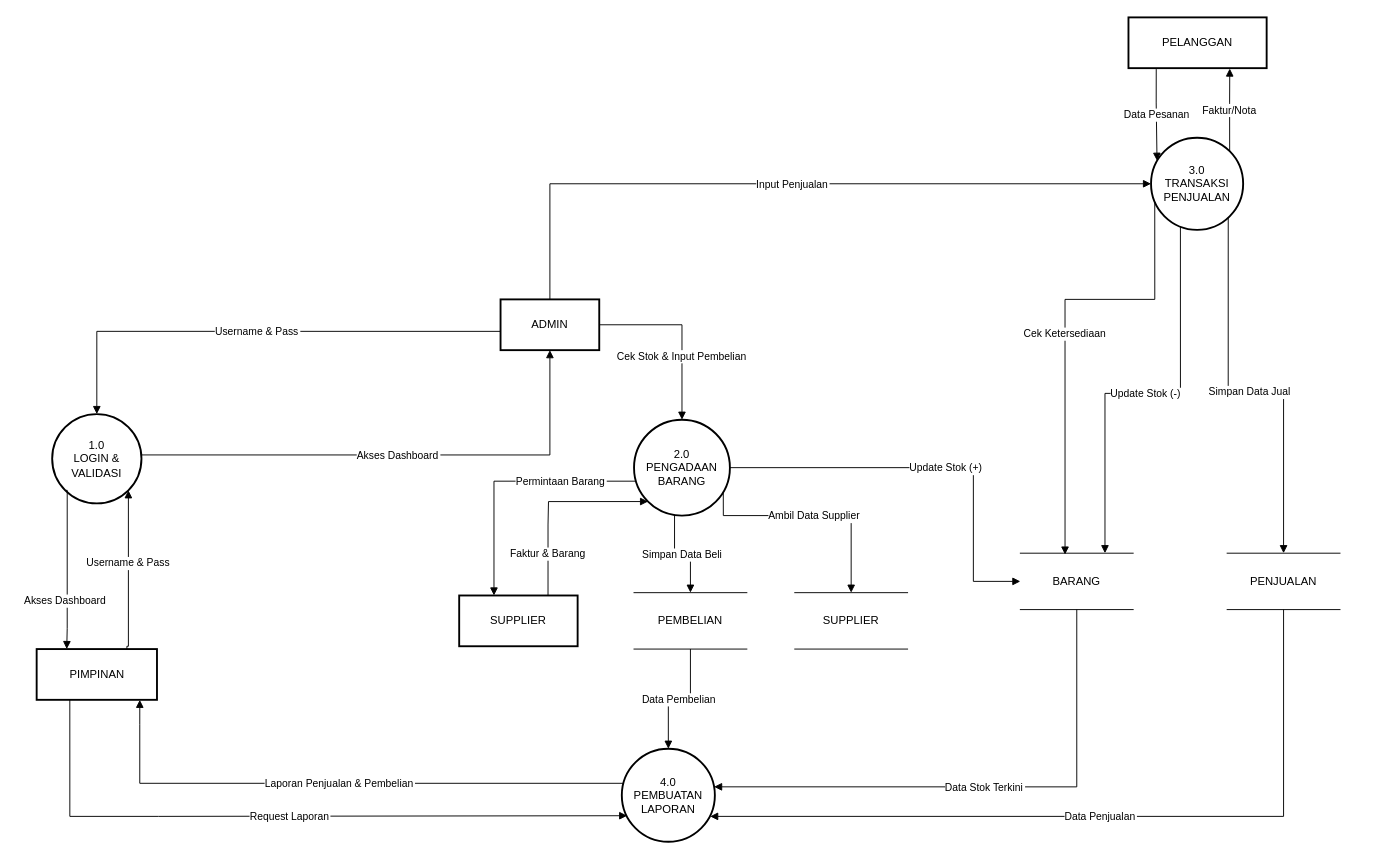
The draw.io diagram page "Page-1" (1 of 3) of DFD_DISTRIBUTOR.drawio in elikawicaksana/BuildIT_BasisData, before the edit. Source tidied: cells renumbered, new cells numbered last; positions are measured from the earlier drawing's top-left corner, leaving out a move shared by most shapes. Both pictures are drawn from the tidied source at 94%, with x=0, y=0 at pixel (37, 17).
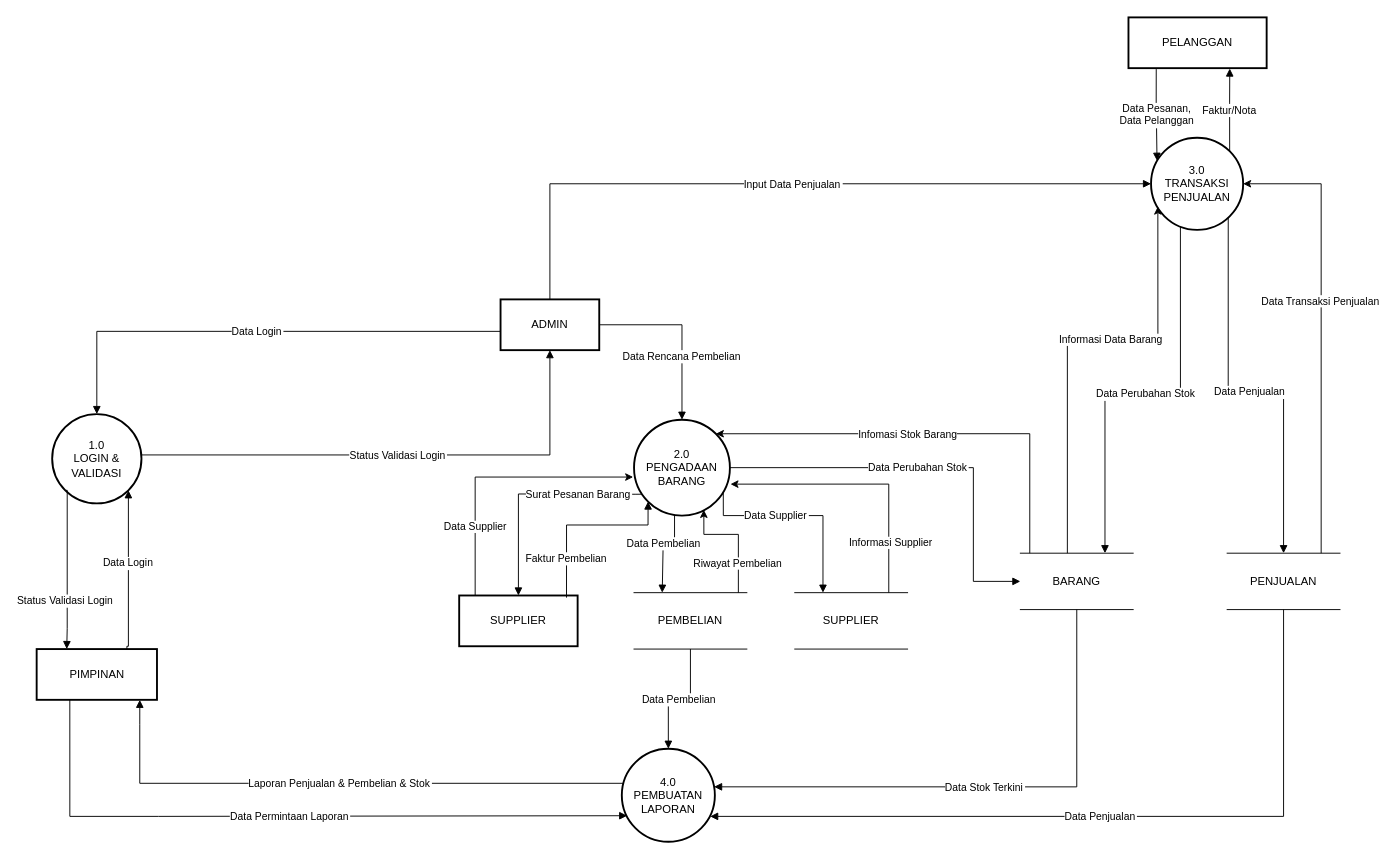
The same diagram, later.

Unchanged cells that the change refers to:
```xml
<mxCell id="2" value="ADMIN" style="whiteSpace=wrap;strokeWidth=2;" parent="1" vertex="1">
  <mxGeometry x="493" y="300" width="105" height="54" as="geometry" />
</mxCell>
<mxCell id="3" value="SUPPLIER" style="whiteSpace=wrap;strokeWidth=2;" parent="1" vertex="1">
  <mxGeometry x="449" y="615" width="126" height="54" as="geometry" />
</mxCell>
<mxCell id="4" value="PIMPINAN" style="whiteSpace=wrap;strokeWidth=2;" parent="1" vertex="1">
  <mxGeometry x="-0.5" y="672" width="128" height="54" as="geometry" />
</mxCell>
<mxCell id="5" value="PELANGGAN" style="whiteSpace=wrap;strokeWidth=2;" parent="1" vertex="1">
  <mxGeometry x="1161" width="147" height="54" as="geometry" />
</mxCell>
<mxCell id="6" value="1.0&#10;LOGIN &amp;&#10;VALIDASI" style="ellipse;strokeWidth=2;whiteSpace=wrap;" parent="1" vertex="1">
  <mxGeometry x="16" y="422" width="95" height="95" as="geometry" />
</mxCell>
<mxCell id="7" value="2.0&#10;PENGADAAN&#10;BARANG" style="ellipse;strokeWidth=2;whiteSpace=wrap;" parent="1" vertex="1">
  <mxGeometry x="635" y="428" width="102" height="102" as="geometry" />
</mxCell>
<mxCell id="8" value="3.0&#10;TRANSAKSI&#10;PENJUALAN" style="ellipse;strokeWidth=2;whiteSpace=wrap;" parent="1" vertex="1">
  <mxGeometry x="1185" y="128" width="98" height="98" as="geometry" />
</mxCell>
<mxCell id="9" value="4.0&#10;PEMBUATAN&#10;LAPORAN" style="ellipse;strokeWidth=2;whiteSpace=wrap;" parent="1" vertex="1">
  <mxGeometry x="622" y="778" width="99" height="99" as="geometry" />
</mxCell>
<mxCell id="31" value="PEMBELIAN" style="shape=partialRectangle;whiteSpace=wrap;html=1;left=0;right=0;fillColor=none;" parent="1" vertex="1">
  <mxGeometry x="635" y="612" width="120" height="60" as="geometry" />
</mxCell>
<mxCell id="32" value="SUPPLIER" style="shape=partialRectangle;whiteSpace=wrap;html=1;left=0;right=0;fillColor=none;" parent="1" vertex="1">
  <mxGeometry x="806" y="612" width="120" height="60" as="geometry" />
</mxCell>
<mxCell id="33" value="BARANG" style="shape=partialRectangle;whiteSpace=wrap;html=1;left=0;right=0;fillColor=none;" parent="1" vertex="1">
  <mxGeometry x="1046" y="570" width="120" height="60" as="geometry" />
</mxCell>
<mxCell id="34" value="PENJUALAN" style="shape=partialRectangle;whiteSpace=wrap;html=1;left=0;right=0;fillColor=none;" parent="1" vertex="1">
  <mxGeometry x="1266" y="570" width="120" height="60" as="geometry" />
</mxCell>
```

Change to the diagram source:
```diff
@@
+    <mxCell id="35" style="edgeStyle=orthogonalEdgeStyle;rounded=0;jettySize=auto;html=1;entryX=-0.009;entryY=0.598;entryDx=0;entryDy=0;entryPerimeter=0;" parent="1" edge="1" source="3" target="7">
+      <mxGeometry relative="1" as="geometry">
+        <Array as="points">
+          <mxPoint x="466" y="489" />
+        </Array>
+      </mxGeometry>
+    </mxCell>
+    <mxCell id="36" value="Data Supplier" style="edgeLabel;html=1;align=center;verticalAlign=middle;" parent="35" vertex="1">
+      <mxGeometry x="-0.5" y="1" relative="1" as="geometry" />
+    </mxCell>
@@
-    <mxCell id="10" value="Username &amp; Pass" style="startArrow=none;endArrow=block;exitX=0;exitY=0.63;entryX=0.5;entryY=0;rounded=0;edgeStyle=orthogonalEdgeStyle;" parent="1" edge="1" source="2" target="6">
+    <mxCell id="10" value="Data Login" style="startArrow=none;endArrow=block;exitX=0;exitY=0.63;entryX=0.5;entryY=0;rounded=0;edgeStyle=orthogonalEdgeStyle;" parent="1" edge="1" source="2" target="6">
       <mxGeometry relative="1" as="geometry" />
     </mxCell>
-    <mxCell id="11" value="Username &amp; Pass" style="startArrow=none;endArrow=block;exitX=0.75;exitY=0;entryX=1;entryY=1;rounded=0;edgeStyle=orthogonalEdgeStyle;exitDx=0;exitDy=0;entryDx=0;entryDy=0;" parent="1" edge="1" source="4" target="6">
+    <mxCell id="11" value="Data Login" style="startArrow=none;endArrow=block;exitX=0.75;exitY=0;entryX=1;entryY=1;rounded=0;edgeStyle=orthogonalEdgeStyle;exitDx=0;exitDy=0;entryDx=0;entryDy=0;" parent="1" edge="1" source="4" target="6">
       <mxGeometry x="0.1" relative="1" as="geometry">
         <Array as="points">
           <mxPoint x="96" y="669" />
           <mxPoint x="97" y="669" />
         </Array>
       </mxGeometry>
     </mxCell>
-    <mxCell id="12" value="Akses Dashboard" style="startArrow=none;endArrow=block;exitX=1;exitY=0.45;entryX=0.5;entryY=1;rounded=0;edgeStyle=orthogonalEdgeStyle;entryDx=0;entryDy=0;" parent="1" edge="1" source="6" target="2">
+    <mxCell id="12" value="Status Validasi Login" style="startArrow=none;endArrow=block;exitX=1;exitY=0.45;entryX=0.5;entryY=1;rounded=0;edgeStyle=orthogonalEdgeStyle;entryDx=0;entryDy=0;" parent="1" edge="1" source="6" target="2">
       <mxGeometry relative="1" as="geometry" />
     </mxCell>
-    <mxCell id="13" value="Akses Dashboard" style="startArrow=none;endArrow=block;exitX=0;exitY=1;rounded=0;edgeStyle=orthogonalEdgeStyle;exitDx=0;exitDy=0;entryX=0.25;entryY=0;entryDx=0;entryDy=0;" parent="1" edge="1" source="6" target="4">
+    <mxCell id="13" value="Status Validasi Login" style="startArrow=none;endArrow=block;exitX=0;exitY=1;rounded=0;edgeStyle=orthogonalEdgeStyle;exitDx=0;exitDy=0;entryX=0.25;entryY=0;entryDx=0;entryDy=0;" parent="1" edge="1" source="6" target="4">
       <mxGeometry x="0.39" y="-2" relative="1" as="geometry">
         <Array as="points">
           <mxPoint x="32" y="503" />
           <mxPoint x="32" y="650" />
         </Array>
       </mxGeometry>
     </mxCell>
-    <mxCell id="14" value="Cek Stok &amp; Input Pembelian" style="startArrow=none;endArrow=block;exitX=1;exitY=0.5;entryX=0.5;entryY=0;rounded=0;edgeStyle=orthogonalEdgeStyle;exitDx=0;exitDy=0;" parent="1" edge="1" source="2" target="7">
+    <mxCell id="14" value="Data Rencana Pembelian" style="startArrow=none;endArrow=block;exitX=1;exitY=0.5;entryX=0.5;entryY=0;rounded=0;edgeStyle=orthogonalEdgeStyle;exitDx=0;exitDy=0;" parent="1" edge="1" source="2" target="7">
       <mxGeometry x="0.28" relative="1" as="geometry" />
     </mxCell>
-    <mxCell id="15" value="Permintaan Barang" style="startArrow=none;endArrow=block;exitX=0;exitY=0.65;rounded=0;edgeStyle=orthogonalEdgeStyle;" parent="1" edge="1" source="7" target="3">
-      <mxGeometry x="-0.41" relative="1" as="geometry">
+    <mxCell id="15" value="Surat Pesanan Barang" style="startArrow=none;endArrow=block;exitX=0.076;exitY=0.777;rounded=0;edgeStyle=orthogonalEdgeStyle;exitDx=0;exitDy=0;exitPerimeter=0;" parent="1" edge="1" source="7" target="3">
+      <mxGeometry x="-0.44" relative="1" as="geometry">
         <Array as="points">
-          <mxPoint x="486" y="494" />
+          <mxPoint x="637" y="507" />
+          <mxPoint x="516" y="507" />
         </Array>
       </mxGeometry>
     </mxCell>
-    <mxCell id="16" value="Faktur &amp; Barang" style="startArrow=none;endArrow=block;exitX=0.75;exitY=0;entryX=0;entryY=1;rounded=0;edgeStyle=orthogonalEdgeStyle;entryDx=0;entryDy=0;exitDx=0;exitDy=0;" parent="1" edge="1" source="3" target="7">
+    <mxCell id="16" value="Faktur Pembelian" style="startArrow=none;endArrow=block;exitX=0.906;exitY=0.042;entryX=0;entryY=1;rounded=0;edgeStyle=orthogonalEdgeStyle;entryDx=0;entryDy=0;exitDx=0;exitDy=0;exitPerimeter=0;" parent="1" edge="1" source="3" target="7">
       <mxGeometry x="-0.56" y="-1" relative="1" as="geometry">
         <Array as="points">
-          <mxPoint x="544" y="540" />
-          <mxPoint x="544" y="515" />
+          <mxPoint x="563" y="540" />
+          <mxPoint x="650" y="540" />
         </Array>
         <mxPoint x="-1" as="offset" />
       </mxGeometry>
     </mxCell>
-    <mxCell id="17" value="Update Stok (+)" style="startArrow=none;endArrow=block;exitX=1;exitY=0.5;entryX=0;entryY=0.5;rounded=0;edgeStyle=orthogonalEdgeStyle;exitDx=0;exitDy=0;entryDx=0;entryDy=0;" parent="1" edge="1" source="7" target="33">
-      <mxGeometry x="0.07" relative="1" as="geometry">
+    <mxCell id="17" value="Data Perubahan Stok" style="startArrow=none;endArrow=block;exitX=1;exitY=0.5;entryX=0;entryY=0.5;rounded=0;edgeStyle=orthogonalEdgeStyle;exitDx=0;exitDy=0;entryDx=0;entryDy=0;" parent="1" edge="1" source="7" target="33">
+      <mxGeometry x="-0.07" relative="1" as="geometry">
         <Array as="points">
           <mxPoint x="996" y="479" />
           <mxPoint x="996" y="600" />
         </Array>
       </mxGeometry>
     </mxCell>
-    <mxCell id="18" value="Simpan Data Beli" style="startArrow=none;endArrow=block;exitX=0.42;exitY=1;entryX=0.5;entryY=0;rounded=0;edgeStyle=orthogonalEdgeStyle;entryDx=0;entryDy=0;" parent="1" edge="1" source="7" target="31">
-      <mxGeometry relative="1" as="geometry" />
+    <mxCell id="18" value="Data Pembelian" style="startArrow=none;endArrow=block;exitX=0.42;exitY=1;entryX=0.25;entryY=0;rounded=0;edgeStyle=orthogonalEdgeStyle;entryDx=0;entryDy=0;" parent="1" edge="1" source="7" target="31">
+      <mxGeometry x="-0.11" y="-1" relative="1" as="geometry">
+        <Array as="points">
+          <mxPoint x="678" y="560" />
+          <mxPoint x="666" y="560" />
+          <mxPoint x="666" y="612" />
+        </Array>
+      </mxGeometry>
     </mxCell>
-    <mxCell id="19" value="Ambil Data Supplier" style="startArrow=none;endArrow=block;exitX=1;exitY=0.8;entryX=0.5;entryY=0;rounded=0;edgeStyle=orthogonalEdgeStyle;entryDx=0;entryDy=0;" parent="1" edge="1" source="7" target="32">
-      <mxGeometry relative="1" as="geometry">
+    <mxCell id="19" value="Data Supplier" style="startArrow=none;endArrow=block;exitX=1;exitY=0.8;entryX=0.25;entryY=0;rounded=0;edgeStyle=orthogonalEdgeStyle;entryDx=0;entryDy=0;" parent="1" edge="1" source="7" target="32">
+      <mxGeometry x="-0.24" relative="1" as="geometry">
         <Array as="points">
           <mxPoint x="730" y="530" />
-          <mxPoint x="866" y="530" />
+          <mxPoint x="836" y="530" />
         </Array>
       </mxGeometry>
     </mxCell>
-    <mxCell id="20" value="Data Pesanan" style="startArrow=none;endArrow=block;exitX=0.201;exitY=1.019;entryX=0.065;entryY=0.25;rounded=0;edgeStyle=orthogonalEdgeStyle;entryDx=0;entryDy=0;entryPerimeter=0;exitDx=0;exitDy=0;exitPerimeter=0;" parent="1" edge="1" source="5" target="8">
+    <mxCell id="20" value="Data Pesanan,&#10;Data Pelanggan" style="startArrow=none;endArrow=block;exitX=0.201;exitY=1.019;entryX=0.065;entryY=0.25;rounded=0;edgeStyle=orthogonalEdgeStyle;entryDx=0;entryDy=0;entryPerimeter=0;exitDx=0;exitDy=0;exitPerimeter=0;" parent="1" edge="1" source="5" target="8">
       <mxGeometry relative="1" as="geometry" />
     </mxCell>
-    <mxCell id="21" value="Input Penjualan" style="startArrow=none;endArrow=block;exitX=0.5;exitY=0;rounded=0;edgeStyle=orthogonalEdgeStyle;exitDx=0;exitDy=0;entryX=0;entryY=0.5;entryDx=0;entryDy=0;" parent="1" edge="1" source="2" target="8">
+    <mxCell id="21" value="Input Data Penjualan" style="startArrow=none;endArrow=block;exitX=0.5;exitY=0;rounded=0;edgeStyle=orthogonalEdgeStyle;exitDx=0;exitDy=0;entryX=0;entryY=0.5;entryDx=0;entryDy=0;" parent="1" edge="1" source="2" target="8">
       <mxGeometry relative="1" as="geometry">
         <Array as="points">
           <mxPoint x="546" y="177" />
         </Array>
       </mxGeometry>
     </mxCell>
-    <mxCell id="22" value="Cek Ketersediaan" style="startArrow=none;endArrow=block;exitX=0;exitY=0.72;entryX=0.396;entryY=0.024;rounded=0;edgeStyle=orthogonalEdgeStyle;entryDx=0;entryDy=0;entryPerimeter=0;" parent="1" edge="1" source="8" target="33">
-      <mxGeometry relative="1" as="geometry">
-        <Array as="points">
-          <mxPoint x="1189" y="300" />
-          <mxPoint x="1094" y="300" />
-        </Array>
-      </mxGeometry>
-    </mxCell>
-    <mxCell id="23" value="Update Stok (-)" style="startArrow=none;endArrow=block;exitX=0.319;exitY=0.967;rounded=0;edgeStyle=orthogonalEdgeStyle;exitDx=0;exitDy=0;exitPerimeter=0;entryX=0.75;entryY=0;entryDx=0;entryDy=0;" parent="1" edge="1" source="8" target="33">
+    <mxCell id="23" value="Data Perubahan Stok" style="startArrow=none;endArrow=block;exitX=0.319;exitY=0.967;rounded=0;edgeStyle=orthogonalEdgeStyle;exitDx=0;exitDy=0;exitPerimeter=0;entryX=0.75;entryY=0;entryDx=0;entryDy=0;" parent="1" edge="1" source="8" target="33">
       <mxGeometry relative="1" as="geometry">
         <Array as="points">
           <mxPoint x="1216" y="400" />
           <mxPoint x="1136" y="400" />
         </Array>
       </mxGeometry>
     </mxCell>
-    <mxCell id="24" value="Simpan Data Jual" style="startArrow=none;endArrow=block;exitX=0.96;exitY=1;rounded=0;edgeStyle=orthogonalEdgeStyle;entryX=0.5;entryY=0;entryDx=0;entryDy=0;" parent="1" edge="1" source="8" target="34">
+    <mxCell id="24" value="Data Penjualan" style="startArrow=none;endArrow=block;exitX=0.96;exitY=1;rounded=0;edgeStyle=orthogonalEdgeStyle;entryX=0.5;entryY=0;entryDx=0;entryDy=0;" parent="1" edge="1" source="8" target="34">
       <mxGeometry relative="1" as="geometry" />
     </mxCell>
@@
-    <mxCell id="26" value="Request Laporan" style="startArrow=none;endArrow=block;exitX=0.28;exitY=0.99;rounded=0;edgeStyle=orthogonalEdgeStyle;entryX=0.058;entryY=0.72;entryDx=0;entryDy=0;entryPerimeter=0;" parent="1" edge="1" source="4" target="9">
+    <mxCell id="26" value="Data Permintaan Laporan" style="startArrow=none;endArrow=block;exitX=0.28;exitY=0.99;rounded=0;edgeStyle=orthogonalEdgeStyle;entryX=0.058;entryY=0.72;entryDx=0;entryDy=0;entryPerimeter=0;" parent="1" edge="1" source="4" target="9">
       <mxGeometry relative="1" as="geometry">
         <Array as="points">
           <mxPoint x="129" y="850" />
           <mxPoint x="623" y="850" />
         </Array>
       </mxGeometry>
     </mxCell>
@@
-    <mxCell id="30" value="Laporan Penjualan &amp; Pembelian" style="startArrow=none;endArrow=block;exitX=0;exitY=0.36;entryX=0.85;entryY=0.99;rounded=0;edgeStyle=orthogonalEdgeStyle;" parent="1" edge="1" source="9" target="4">
+    <mxCell id="30" value="Laporan Penjualan &amp; Pembelian &amp; Stok" style="startArrow=none;endArrow=block;exitX=0;exitY=0.36;entryX=0.85;entryY=0.99;rounded=0;edgeStyle=orthogonalEdgeStyle;" parent="1" edge="1" source="9" target="4">
       <mxGeometry relative="1" as="geometry" />
     </mxCell>
@@
+    <mxCell id="37" style="edgeStyle=orthogonalEdgeStyle;rounded=0;jettySize=auto;html=1;entryX=1;entryY=0;entryDx=0;entryDy=0;" parent="1" edge="1" source="33" target="7">
+      <mxGeometry relative="1" as="geometry">
+        <Array as="points">
+          <mxPoint x="1056" y="443" />
+        </Array>
+      </mxGeometry>
+    </mxCell>
+    <mxCell id="38" value="Infomasi Stok Barang" style="edgeLabel;html=1;align=center;verticalAlign=middle;" parent="37" vertex="1">
+      <mxGeometry x="0.12" y="1" relative="1" as="geometry" />
+    </mxCell>
@@
+    <mxCell id="39" style="edgeStyle=orthogonalEdgeStyle;rounded=0;jettySize=auto;html=1;entryX=1;entryY=0.5;entryDx=0;entryDy=0;" parent="1" edge="1" source="34" target="8">
+      <mxGeometry relative="1" as="geometry">
+        <Array as="points">
+          <mxPoint x="1366" y="177" />
+        </Array>
+      </mxGeometry>
+    </mxCell>
+    <mxCell id="40" value="Data Transaksi Penjualan" style="edgeLabel;html=1;align=center;verticalAlign=middle;" parent="39" vertex="1">
+      <mxGeometry x="0.13" y="2" relative="1" as="geometry" />
+    </mxCell>
@@
+    <mxCell id="41" style="edgeStyle=orthogonalEdgeStyle;rounded=0;jettySize=auto;html=1;entryX=0.728;entryY=0.941;entryDx=0;entryDy=0;entryPerimeter=0;" parent="1" edge="1" source="31" target="7">
+      <mxGeometry relative="1" as="geometry">
+        <Array as="points">
+          <mxPoint x="746" y="550" />
+          <mxPoint x="709" y="550" />
+        </Array>
+      </mxGeometry>
+    </mxCell>
+    <mxCell id="42" value="Riwayat Pembelian" style="edgeLabel;html=1;align=center;verticalAlign=middle;" parent="41" vertex="1">
+      <mxGeometry x="-0.46" y="2" relative="1" as="geometry">
+        <mxPoint y="2" as="offset" />
+      </mxGeometry>
+    </mxCell>
+    <mxCell id="43" style="edgeStyle=orthogonalEdgeStyle;rounded=0;jettySize=auto;html=1;entryX=1.006;entryY=0.672;entryDx=0;entryDy=0;entryPerimeter=0;" parent="1" edge="1" source="32" target="7">
+      <mxGeometry relative="1" as="geometry">
+        <Array as="points">
+          <mxPoint x="906" y="497" />
+        </Array>
+      </mxGeometry>
+    </mxCell>
+    <mxCell id="44" value="Informasi Supplier" style="edgeLabel;html=1;align=center;verticalAlign=middle;" parent="43" vertex="1">
+      <mxGeometry x="-0.62" y="-1" relative="1" as="geometry" />
+    </mxCell>
+    <mxCell id="45" style="edgeStyle=orthogonalEdgeStyle;rounded=0;jettySize=auto;html=1;entryX=0.074;entryY=0.748;entryDx=0;entryDy=0;entryPerimeter=0;" parent="1" edge="1" source="33" target="8">
+      <mxGeometry relative="1" as="geometry">
+        <Array as="points">
+          <mxPoint x="1096" y="340" />
+          <mxPoint x="1192" y="340" />
+        </Array>
+      </mxGeometry>
+    </mxCell>
+    <mxCell id="46" value="Informasi Data Barang" style="edgeLabel;html=1;align=center;verticalAlign=middle;" parent="45" vertex="1">
+      <mxGeometry x="0.11" y="-2" relative="1" as="geometry">
+        <mxPoint x="17" as="offset" />
+      </mxGeometry>
+    </mxCell>
```
